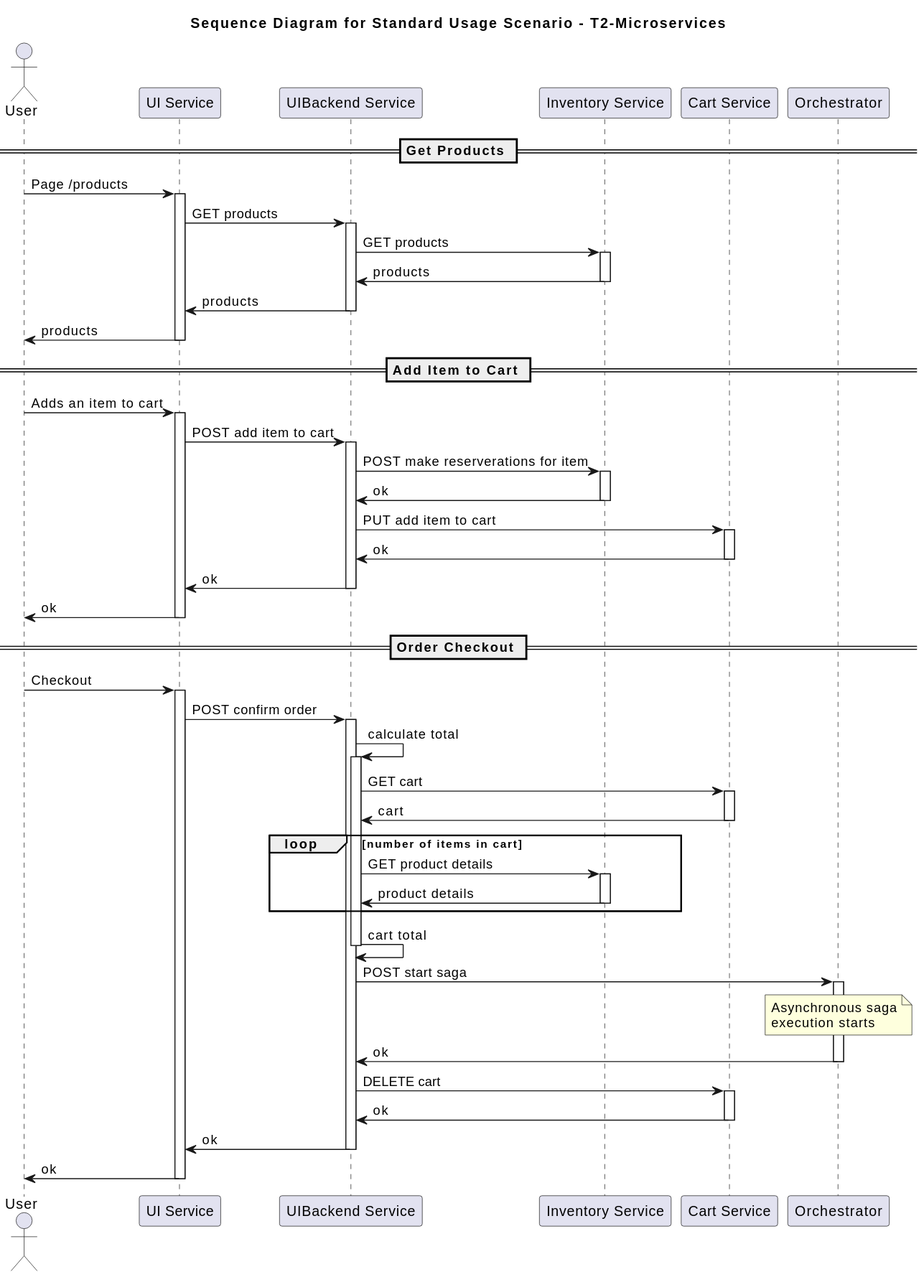
Earlier version of the PlantUML export source/diagrams/sequence-microservices-user.svg (t2-project/documentation). The source it was exported from:
```plantuml
@startuml
title Sequence Diagram for Standard Usage Scenario - T2-Microservices

actor       "User"              as user
participant "UI Service"        as ui
participant "UIBackend Service" as uibackend
participant "Inventory Service" as inventory
participant "Cart Service"      as cart
participant "Orchestrator"      as orchestrator

== Get Products ==

user -> ui ++ : Page /products
ui -> uibackend ++ : GET products
uibackend -> inventory ++ : GET products
uibackend <- inventory -- : products
ui <- uibackend -- : products
user <- ui -- : products

== Add Item to Cart ==

user -> ui ++ : Adds an item to cart
ui -> uibackend ++ : POST add item to cart
uibackend -> inventory ++ : POST make reserverations for item
uibackend <- inventory -- : ok
uibackend -> cart ++ : PUT add item to cart
uibackend <- cart -- : ok
ui <- uibackend -- : ok
user <- ui -- : ok

== Order Checkout ==

user -> ui ++ : Checkout
ui -> uibackend ++ : POST confirm order
uibackend -> uibackend ++ : calculate total
uibackend -> cart ++ : GET cart
uibackend <- cart -- : cart
loop number of items in cart
    uibackend -> inventory ++ : GET product details
    uibackend <- inventory -- : product details
end
uibackend -> uibackend -- : cart total
uibackend -> orchestrator ++ : POST start saga
note over orchestrator : Asynchronous saga\nexecution starts
uibackend <- orchestrator -- : ok
uibackend -> cart ++ : DELETE cart
uibackend <- cart -- : ok
ui <- uibackend -- : ok
user <- ui -- : ok
@enduml
```
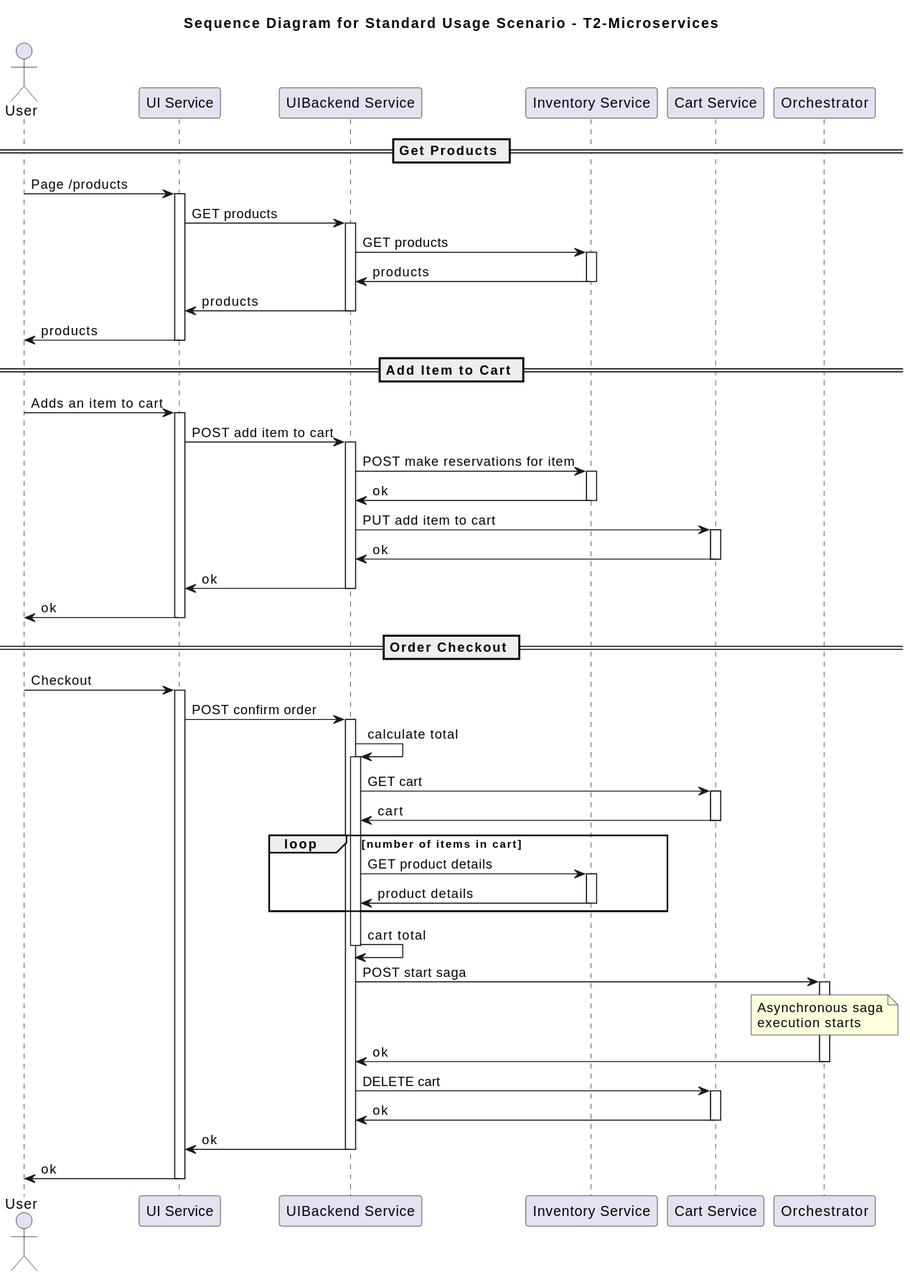
Later version of the same file.

The edit, as a diff of the source:
```diff
@@ -21,7 +21,7 @@
 
 user -> ui ++ : Adds an item to cart
 ui -> uibackend ++ : POST add item to cart
-uibackend -> inventory ++ : POST make reserverations for item
+uibackend -> inventory ++ : POST make reservations for item
 uibackend <- inventory -- : ok
 uibackend -> cart ++ : PUT add item to cart
 uibackend <- cart -- : ok
```
